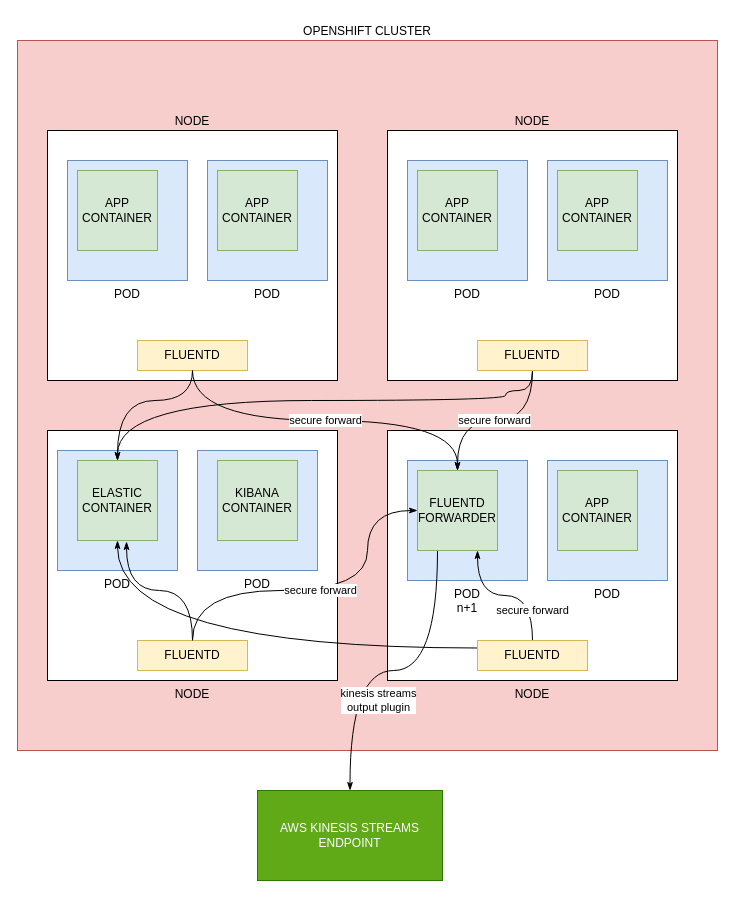
The draw.io diagram diagram/fluentd_kinesis_forwarder.drawio in worsco/ocp4-fluentd-kinesis-streams, before the edit. Source tidied: cells renumbered, new cells numbered last; positions are measured from the earlier drawing's top-left corner, leaving out a move shared by most shapes. Both pictures are drawn from the tidied source at 100%, with x=0, y=0 at pixel (17, 40).
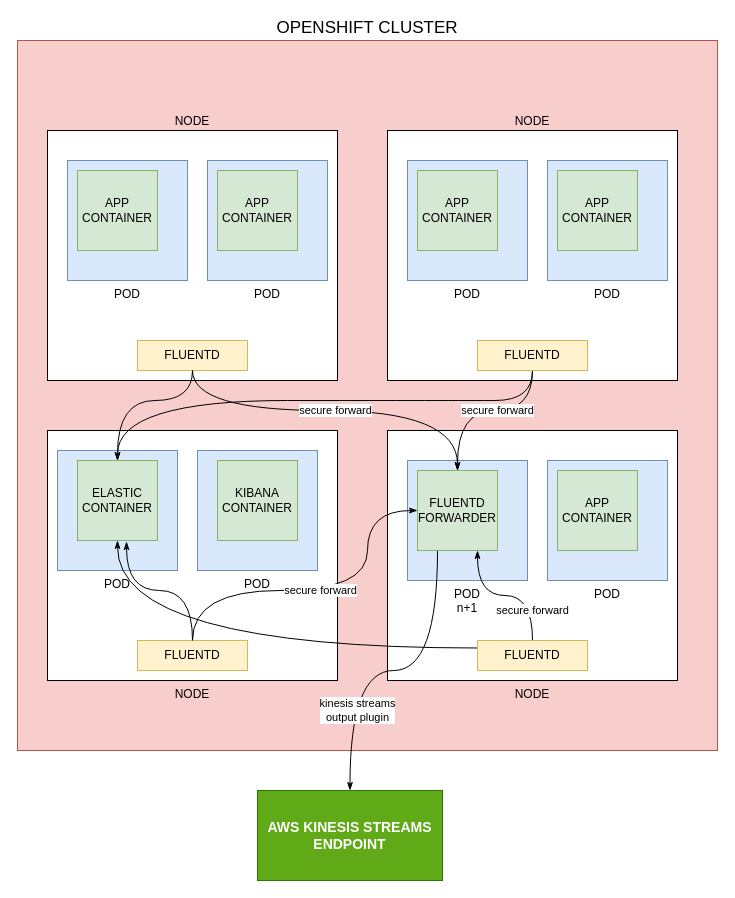
After the change.

Commit message (it also covers changes not shown here):
diagram tweaks

The change refers to these unchanged cells:
```xml
<mxCell id="6" value="FLUENTD" style="rounded=0;whiteSpace=wrap;html=1;fillColor=#fff2cc;strokeColor=#d6b656;" parent="1" vertex="1">
  <mxGeometry x="120" y="300" width="110" height="30" as="geometry" />
</mxCell>
<mxCell id="11" value="ELASTIC&lt;br&gt;CONTAINER" style="whiteSpace=wrap;html=1;fillColor=#d5e8d4;strokeColor=#82b366;" parent="1" vertex="1">
  <mxGeometry x="60" y="420" width="80" height="80" as="geometry" />
</mxCell>
<mxCell id="19" value="FLUENTD&lt;br&gt;FORWARDER" style="whiteSpace=wrap;html=1;fillColor=#d5e8d4;strokeColor=#82b366;" parent="1" vertex="1">
  <mxGeometry x="400" y="430" width="80" height="80" as="geometry" />
</mxCell>
<mxCell id="30" value="FLUENTD" style="rounded=0;whiteSpace=wrap;html=1;fillColor=#fff2cc;strokeColor=#d6b656;" parent="1" vertex="1">
  <mxGeometry x="460" y="300" width="110" height="30" as="geometry" />
</mxCell>
```

Diff of the diagram source:
```diff
@@
-    <mxCell id="2" value="OPENSHIFT CLUSTER" style="rounded=0;whiteSpace=wrap;html=1;labelPosition=center;verticalLabelPosition=top;align=center;verticalAlign=bottom;labelBackgroundColor=#ffffff;fillColor=#f8cecc;strokeColor=#b85450;" parent="1" vertex="1">
+    <mxCell id="2" value="&lt;font style=&quot;font-size: 17px&quot;&gt;OPENSHIFT CLUSTER&lt;/font&gt;" style="rounded=0;whiteSpace=wrap;html=1;labelPosition=center;verticalLabelPosition=top;align=center;verticalAlign=bottom;labelBackgroundColor=#ffffff;fillColor=#f8cecc;strokeColor=#b85450;" parent="1" vertex="1">
       <mxGeometry width="700" height="710" as="geometry" />
     </mxCell>
@@
     <mxCell id="18" value="kinesis streams&lt;br&gt;output plugin" style="edgeStyle=orthogonalEdgeStyle;curved=1;rounded=0;jettySize=auto;html=1;exitX=0.25;exitY=1;exitDx=0;exitDy=0;endArrow=classicThin;endFill=1;strokeWidth=1;" parent="1" edge="1" source="19" target="33">
-      <mxGeometry x="0.45" y="28" relative="1" as="geometry" />
+      <mxGeometry x="0.51" y="7" relative="1" as="geometry" />
     </mxCell>
@@
     <mxCell id="28" value="secure forward" style="edgeStyle=orthogonalEdgeStyle;curved=1;rounded=0;jettySize=auto;html=1;exitX=0.5;exitY=1;exitDx=0;exitDy=0;endArrow=classicThin;endFill=1;strokeWidth=1;" parent="1" edge="1" source="30" target="19">
-      <mxGeometry relative="1" as="geometry" />
+      <mxGeometry x="-0.14" relative="1" as="geometry">
+        <Array as="points">
+          <mxPoint x="515" y="370" />
+          <mxPoint x="440" y="370" />
+        </Array>
+      </mxGeometry>
     </mxCell>
     <mxCell id="29" style="edgeStyle=orthogonalEdgeStyle;curved=1;rounded=0;jettySize=auto;html=1;exitX=0.5;exitY=1;exitDx=0;exitDy=0;entryX=0.5;entryY=0;entryDx=0;entryDy=0;endArrow=classicThin;endFill=1;strokeWidth=1;" parent="1" edge="1" source="30" target="11">
       <mxGeometry relative="1" as="geometry">
         <Array as="points">
-          <mxPoint x="515" y="350" />
-          <mxPoint x="488" y="350" />
-          <mxPoint x="488" y="360" />
+          <mxPoint x="515" y="360" />
+          <mxPoint x="440" y="360" />
           <mxPoint x="100" y="360" />
         </Array>
       </mxGeometry>
     </mxCell>
@@
-    <mxCell id="33" value="AWS KINESIS STREAMS&lt;br&gt;ENDPOINT" style="rounded=0;whiteSpace=wrap;html=1;fillColor=#60a917;strokeColor=#2D7600;fontColor=#ffffff;" parent="1" vertex="1">
+    <mxCell id="33" value="&lt;font style=&quot;font-size: 14px&quot;&gt;&lt;b&gt;AWS KINESIS STREAMS&lt;br&gt;ENDPOINT&lt;/b&gt;&lt;/font&gt;" style="rounded=0;whiteSpace=wrap;html=1;fillColor=#60a917;strokeColor=#2D7600;fontColor=#ffffff;" parent="1" vertex="1">
       <mxGeometry x="240" y="750" width="185" height="90" as="geometry" />
     </mxCell>
@@
     <mxCell id="35" value="secure forward" style="edgeStyle=orthogonalEdgeStyle;curved=1;rounded=0;jettySize=auto;html=1;exitX=0.5;exitY=1;exitDx=0;exitDy=0;endArrow=classicThin;endFill=1;strokeWidth=1;" parent="1" edge="1" source="6" target="19">
-      <mxGeometry relative="1" as="geometry" />
+      <mxGeometry relative="1" as="geometry">
+        <Array as="points">
+          <mxPoint x="175" y="370" />
+          <mxPoint x="440" y="370" />
+        </Array>
+      </mxGeometry>
     </mxCell>
```
